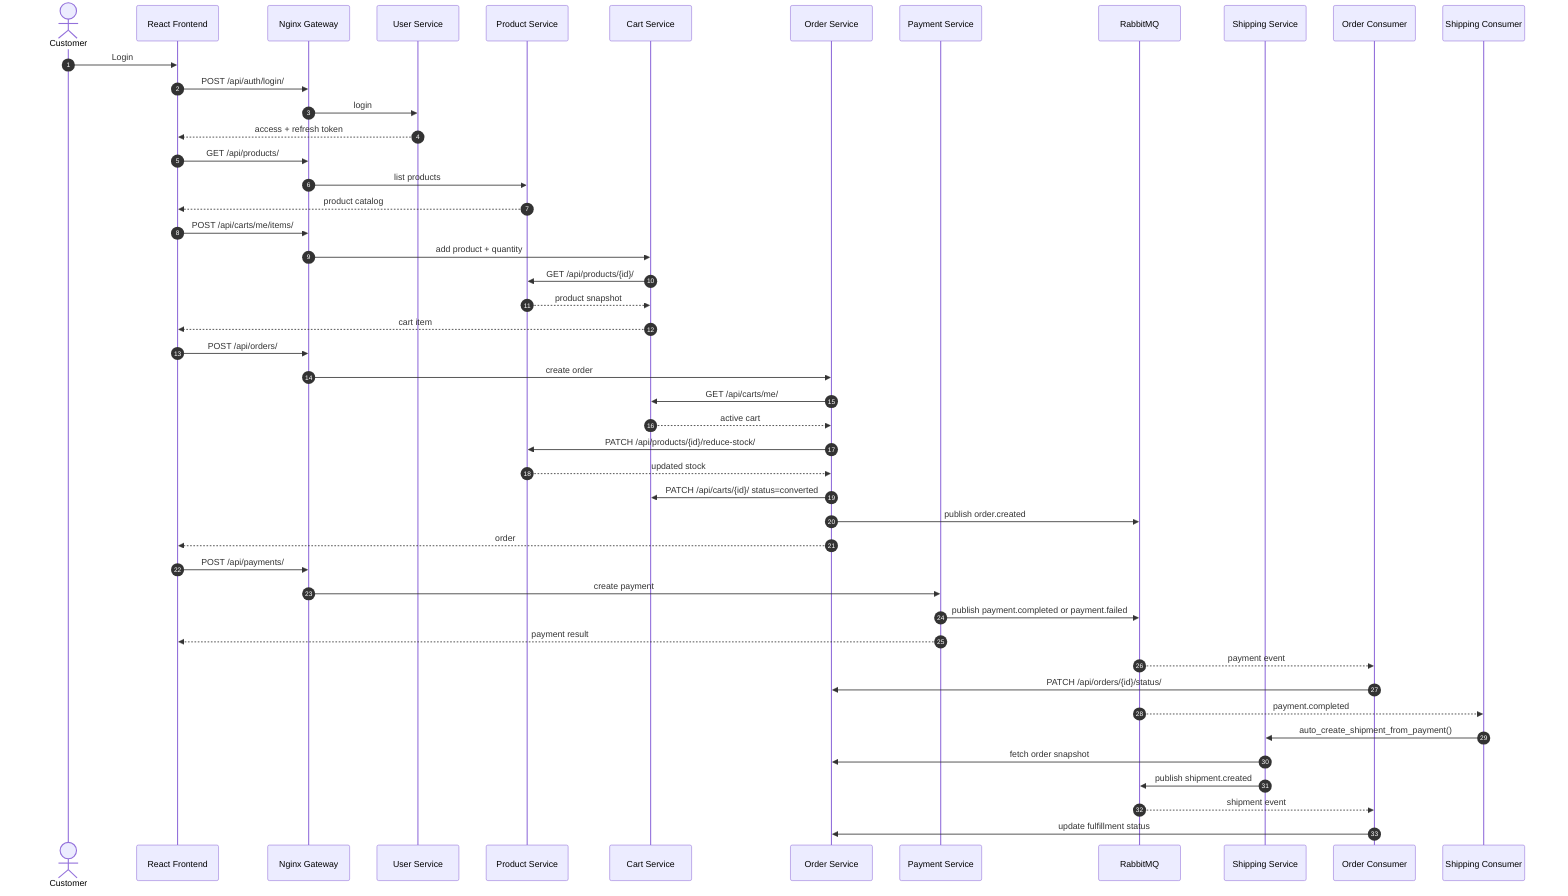
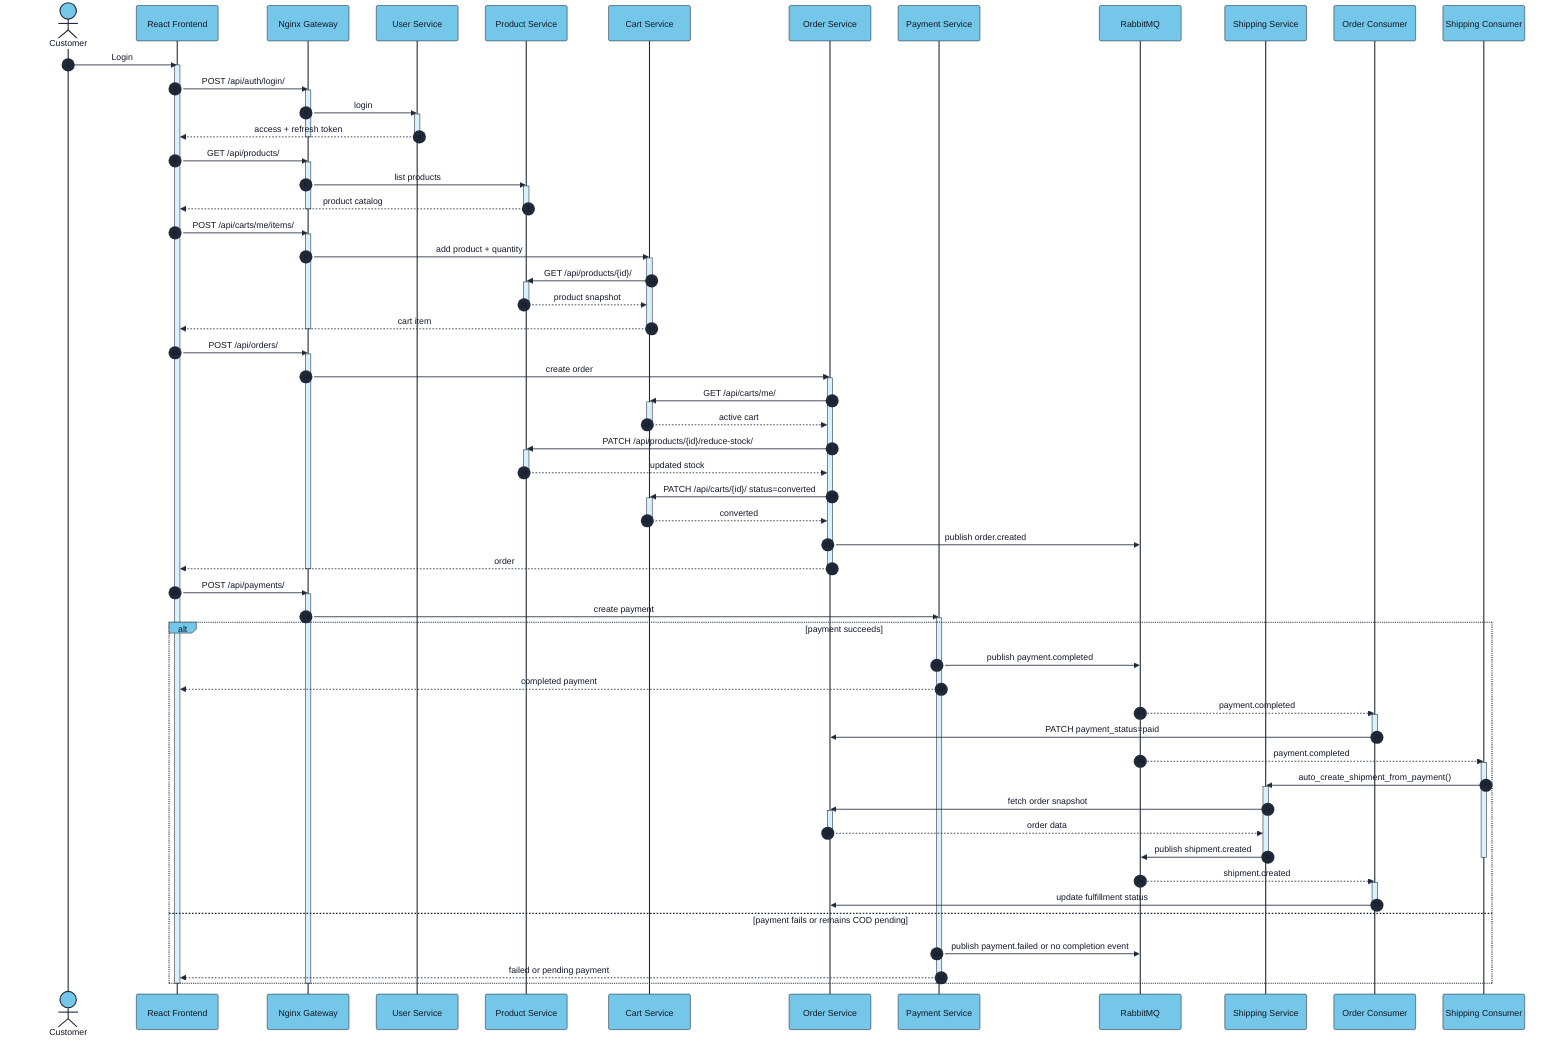
+ %%{init: {"theme": "base", "themeVariables": {"actorBkg": "#74c7e8", "actorBorder": "#1f2937", "actorTextColor": "#111827", "signalColor": "#1f2937", "signalTextColor": "#111827", "activationBkgColor": "#d8f1fb", "activationBorderColor": "#1f2937", "sequenceNumberColor": "#111827", "fontFamily": "Arial"}}}%%
sequenceDiagram
  autonumber
  actor Customer
  participant FE as React Frontend
  participant GW as Nginx Gateway
  participant User as User Service
  participant Product as Product Service
  participant Cart as Cart Service
  participant Order as Order Service
  participant Payment as Payment Service
  participant MQ as RabbitMQ
  participant Ship as Shipping Service
  participant OC as Order Consumer
  participant SC as Shipping Consumer

  Customer->>FE: Login
+   activate FE
  FE->>GW: POST /api/auth/login/
+   activate GW
  GW->>User: login
+   activate User
  User-->>FE: access + refresh token
+   deactivate User
+   deactivate GW
+ 
  FE->>GW: GET /api/products/
+   activate GW
  GW->>Product: list products
+   activate Product
  Product-->>FE: product catalog
+   deactivate Product
+   deactivate GW
+ 
  FE->>GW: POST /api/carts/me/items/
+   activate GW
  GW->>Cart: add product + quantity
+   activate Cart
  Cart->>Product: GET /api/products/{id}/
+   activate Product
  Product-->>Cart: product snapshot
+   deactivate Product
  Cart-->>FE: cart item
+   deactivate Cart
+   deactivate GW
+ 
  FE->>GW: POST /api/orders/
+   activate GW
  GW->>Order: create order
+   activate Order
  Order->>Cart: GET /api/carts/me/
+   activate Cart
  Cart-->>Order: active cart
+   deactivate Cart
  Order->>Product: PATCH /api/products/{id}/reduce-stock/
+   activate Product
  Product-->>Order: updated stock
+   deactivate Product
  Order->>Cart: PATCH /api/carts/{id}/ status=converted
+   activate Cart
+   Cart-->>Order: converted
+   deactivate Cart
  Order->>MQ: publish order.created
  Order-->>FE: order
+   deactivate Order
+   deactivate GW
+ 
  FE->>GW: POST /api/payments/
+   activate GW
  GW->>Payment: create payment
-   Payment->>MQ: publish payment.completed or payment.failed
-   Payment-->>FE: payment result
-   MQ-->>OC: payment event
-   OC->>Order: PATCH /api/orders/{id}/status/
-   MQ-->>SC: payment.completed
-   SC->>Ship: auto_create_shipment_from_payment()
-   Ship->>Order: fetch order snapshot
-   Ship->>MQ: publish shipment.created
-   MQ-->>OC: shipment event
-   OC->>Order: update fulfillment status
- 
+   activate Payment
+   alt payment succeeds
+     Payment->>MQ: publish payment.completed
+     Payment-->>FE: completed payment
+     MQ-->>OC: payment.completed
+     activate OC
+     OC->>Order: PATCH payment_status=paid
+     deactivate OC
+     MQ-->>SC: payment.completed
+     activate SC
+     SC->>Ship: auto_create_shipment_from_payment()
+     activate Ship
+     Ship->>Order: fetch order snapshot
+     activate Order
+     Order-->>Ship: order data
+     deactivate Order
+     Ship->>MQ: publish shipment.created
+     deactivate Ship
+     deactivate SC
+     MQ-->>OC: shipment.created
+     activate OC
+     OC->>Order: update fulfillment status
+     deactivate OC
+   else payment fails or remains COD pending
+     Payment->>MQ: publish payment.failed or no completion event
+     Payment-->>FE: failed or pending payment
+   end
+   deactivate Payment
+   deactivate GW
+   deactivate FE
